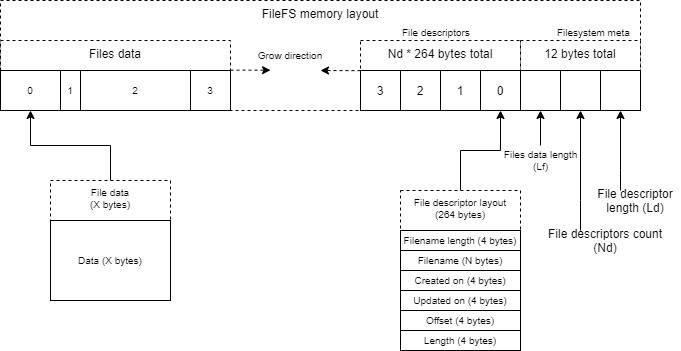
seclerp/FileFS keeps this draw.io diagram as docs/img/Memory-structure.png. Above is the earlier version. Source tidied: cells renumbered, new cells last; positions are measured from the earlier drawing's top-left corner, leaving out a move shared by most shapes.
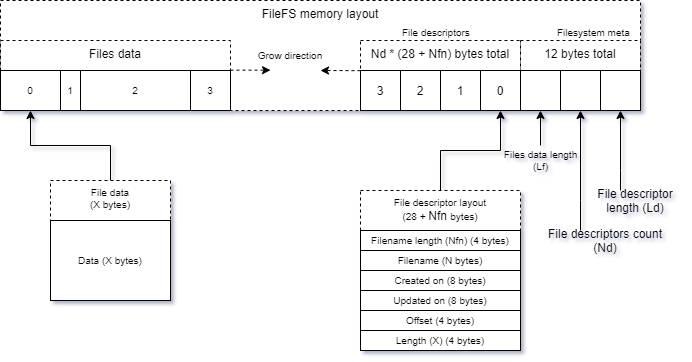
After the commit.

Commit message:
#7: Update memory structure image

Change to the diagram source:
```diff
@@ -5,7 +5,7 @@
     <mxCell id="2" value="FileFS memory layout" style="rounded=0;whiteSpace=wrap;html=1;dashed=1;verticalAlign=top;" parent="1" vertex="1">
       <mxGeometry width="640" height="110" as="geometry" />
     </mxCell>
-    <mxCell id="3" value="Nd * 264 bytes total" style="rounded=0;whiteSpace=wrap;html=1;dashed=1;verticalAlign=top;" parent="1" vertex="1">
+    <mxCell id="3" value="Nd * (28 + Nfn) bytes total" style="rounded=0;whiteSpace=wrap;html=1;dashed=1;verticalAlign=top;" parent="1" vertex="1">
       <mxGeometry x="360" y="40" width="160" height="70" as="geometry" />
     </mxCell>
     <mxCell id="4" value="12 bytes total" style="rounded=0;whiteSpace=wrap;html=1;dashed=1;verticalAlign=top;" parent="1" vertex="1">
@@ -60,11 +60,11 @@
     <mxCell id="17" style="edgeStyle=orthogonalEdgeStyle;rounded=0;jettySize=auto;html=1;entryX=0.5;entryY=1;entryDx=0;entryDy=0;fontSize=10;fontColor=#000000;" parent="1" edge="1" source="18" target="11">
       <mxGeometry relative="1" as="geometry" />
     </mxCell>
-    <mxCell id="18" value="File descriptor layout&lt;br&gt;(264 bytes)" style="rounded=0;whiteSpace=wrap;html=1;labelBackgroundColor=none;fontSize=10;fontColor=#000000;dashed=1;verticalAlign=top;" parent="1" vertex="1">
-      <mxGeometry x="400" y="190" width="120" height="160" as="geometry" />
+    <mxCell id="18" value="File descriptor layout&lt;br&gt;(28 +&amp;nbsp;&lt;span style=&quot;font-size: 12px&quot;&gt;Nfn&amp;nbsp;&lt;/span&gt;bytes)" style="rounded=0;whiteSpace=wrap;html=1;labelBackgroundColor=none;fontSize=10;fontColor=#000000;dashed=1;verticalAlign=top;" parent="1" vertex="1">
+      <mxGeometry x="360" y="190" width="160" height="160" as="geometry" />
     </mxCell>
-    <mxCell id="19" value="Filename length (4 bytes)" style="rounded=0;whiteSpace=wrap;html=1;labelBackgroundColor=none;fontSize=10;fontColor=#000000;" parent="1" vertex="1">
-      <mxGeometry x="400" y="230" width="120" height="20" as="geometry" />
+    <mxCell id="19" value="Filename length (Nfn) (4 bytes)" style="rounded=0;whiteSpace=wrap;html=1;labelBackgroundColor=none;fontSize=10;fontColor=#000000;" parent="1" vertex="1">
+      <mxGeometry x="360" y="230" width="160" height="20" as="geometry" />
     </mxCell>
     <mxCell id="20" style="whiteSpace=wrap;html=1;rounded=0;" parent="1" vertex="1">
       <mxGeometry x="520" y="70" width="40" height="40" as="geometry" />
@@ -76,10 +76,10 @@
       <mxGeometry x="495" y="145" width="90" height="30" as="geometry" />
     </mxCell>
     <mxCell id="23" value="Offset (4 bytes)" style="rounded=0;whiteSpace=wrap;html=1;labelBackgroundColor=none;fontSize=10;fontColor=#000000;" parent="1" vertex="1">
-      <mxGeometry x="400" y="310" width="120" height="20" as="geometry" />
+      <mxGeometry x="360" y="310" width="160" height="20" as="geometry" />
     </mxCell>
-    <mxCell id="24" value="Length (4 bytes)" style="rounded=0;whiteSpace=wrap;html=1;labelBackgroundColor=none;fontSize=10;fontColor=#000000;" parent="1" vertex="1">
-      <mxGeometry x="400" y="330" width="120" height="20" as="geometry" />
+    <mxCell id="24" value="Length (X) (4 bytes)" style="rounded=0;whiteSpace=wrap;html=1;labelBackgroundColor=none;fontSize=10;fontColor=#000000;" parent="1" vertex="1">
+      <mxGeometry x="360" y="330" width="160" height="20" as="geometry" />
     </mxCell>
     <mxCell id="25" value="Files data" style="rounded=0;whiteSpace=wrap;html=1;dashed=1;verticalAlign=top;" parent="1" vertex="1">
       <mxGeometry y="40" width="230" height="70" as="geometry" />
@@ -120,14 +120,14 @@
     <mxCell id="35" value="Grow direction" style="text;html=1;strokeColor=none;fillColor=none;align=center;verticalAlign=middle;whiteSpace=wrap;rounded=0;labelBackgroundColor=none;fontSize=10;fontColor=#000000;" parent="1" vertex="1">
       <mxGeometry x="240" y="45" width="100" height="20" as="geometry" />
     </mxCell>
-    <mxCell id="36" value="Created on (4 bytes)" style="rounded=0;whiteSpace=wrap;html=1;labelBackgroundColor=none;fontSize=10;fontColor=#000000;" parent="1" vertex="1">
-      <mxGeometry x="400" y="270" width="120" height="20" as="geometry" />
+    <mxCell id="36" value="Created on (8 bytes)" style="rounded=0;whiteSpace=wrap;html=1;labelBackgroundColor=none;fontSize=10;fontColor=#000000;" parent="1" vertex="1">
+      <mxGeometry x="360" y="270" width="160" height="20" as="geometry" />
     </mxCell>
-    <mxCell id="37" value="Updated on (4 bytes)" style="rounded=0;whiteSpace=wrap;html=1;labelBackgroundColor=none;fontSize=10;fontColor=#000000;" parent="1" vertex="1">
-      <mxGeometry x="400" y="290" width="120" height="20" as="geometry" />
+    <mxCell id="37" value="Updated on (8 bytes)" style="rounded=0;whiteSpace=wrap;html=1;labelBackgroundColor=none;fontSize=10;fontColor=#000000;" parent="1" vertex="1">
+      <mxGeometry x="360" y="290" width="160" height="20" as="geometry" />
     </mxCell>
     <mxCell id="38" value="Filename (N bytes)" style="rounded=0;whiteSpace=wrap;html=1;labelBackgroundColor=none;fontSize=10;fontColor=#000000;" parent="1" vertex="1">
-      <mxGeometry x="400" y="250" width="120" height="20" as="geometry" />
+      <mxGeometry x="360" y="250" width="160" height="20" as="geometry" />
     </mxCell>
   </root>
 </mxGraphModel>
```
